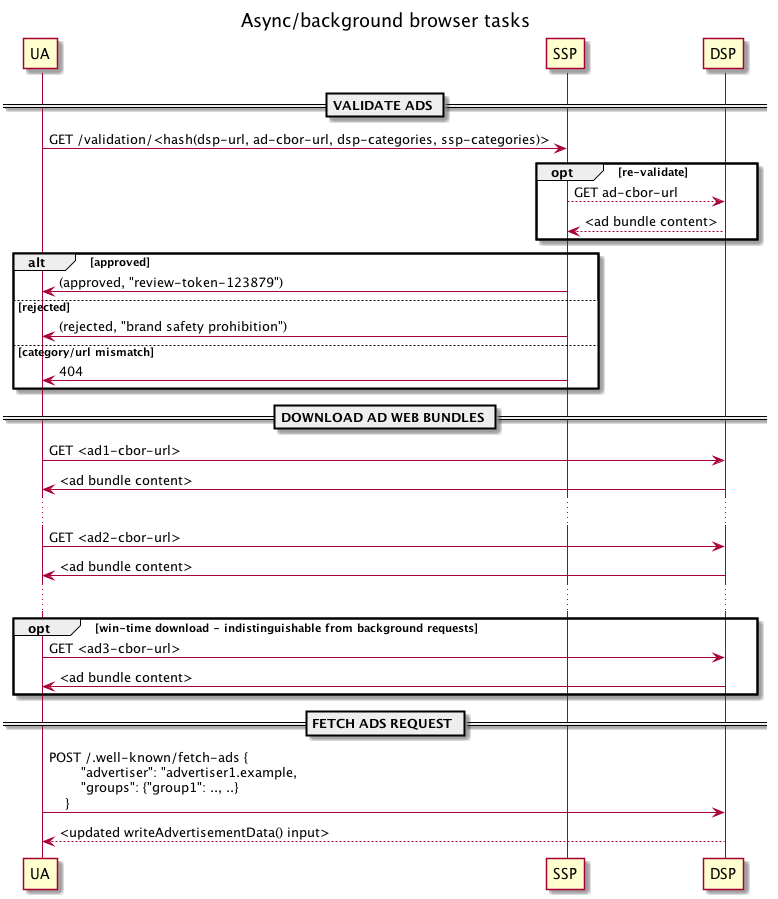
WICG/turtledove keeps this PlantUML diagram as assets/TERN/img/2_background.png. Above is the earlier version. Its source is kept beside it as assets/TERN/2_background.plantuml. Its diagram source:
```plantuml
@startuml

title Async/background browser tasks

participant "UA" as ua
participant "SSP" as ssp
participant "DSP" as dsp


== VALIDATE ADS ==

ua -> ssp : GET /validation/<hash(dsp-url, ad-cbor-url, dsp-categories, ssp-categories)>

opt re-validate
 ssp --> dsp : GET ad-cbor-url
 dsp --> ssp : <ad bundle content>
end

alt approved
 ssp -> ua : (approved, "review-token-123879")
else rejected
 ssp -> ua : (rejected, "brand safety prohibition")
else category/url mismatch
 ssp -> ua : 404
end

== DOWNLOAD AD WEB BUNDLES ==

ua -> dsp : GET <ad1-cbor-url>
dsp -> ua : <ad bundle content>
...
ua -> dsp : GET <ad2-cbor-url>
dsp -> ua : <ad bundle content>
...

opt win-time download - indistinguishable from background requests
 ua -> dsp : GET <ad3-cbor-url>
 dsp -> ua : <ad bundle content>
end

== FETCH ADS REQUEST ==

ua -> dsp : POST /.well-known/fetch-ads {\n        "advertiser": "advertiser1.example,\n        "groups": {"group1": .., ..}\n    }
dsp --> ua : <updated writeAdvertisementData() input>

@enduml
```
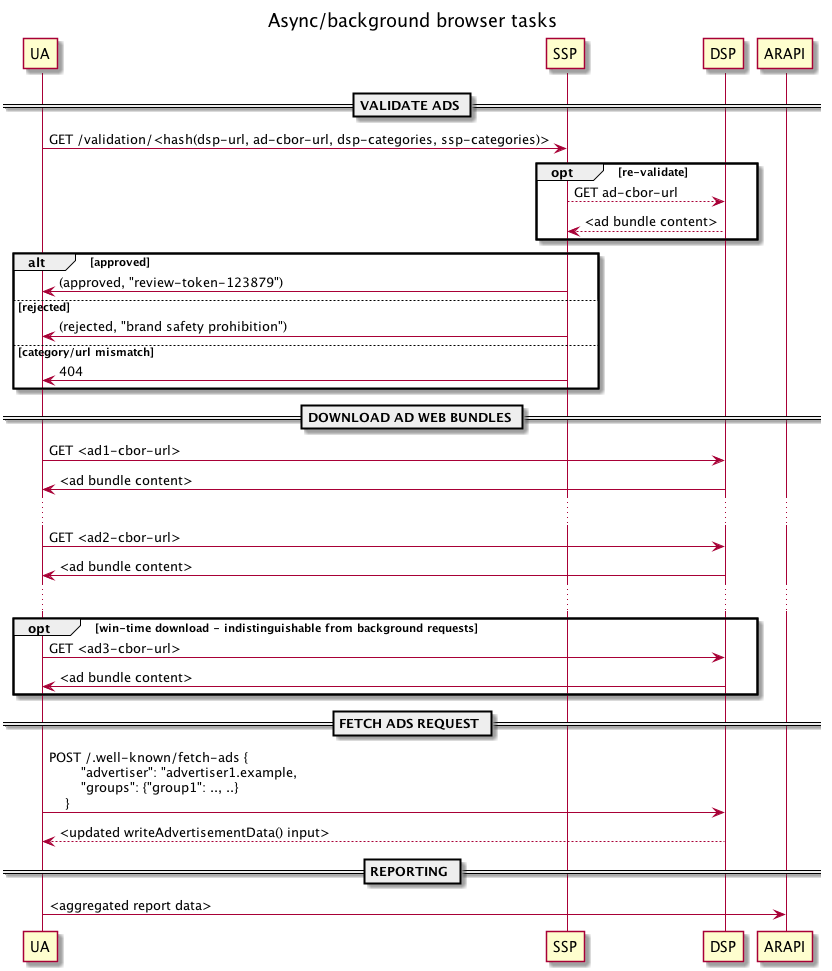
The same file after the commit.

Change to the diagram source:
```diff
@@ -5,7 +5,7 @@
 participant "UA" as ua
 participant "SSP" as ssp
 participant "DSP" as dsp
-
+participant "ARAPI" as arapi
 
 == VALIDATE ADS ==
 
@@ -43,4 +43,8 @@
 ua -> dsp : POST /.well-known/fetch-ads {\n        "advertiser": "advertiser1.example,\n        "groups": {"group1": .., ..}\n    }
 dsp --> ua : <updated writeAdvertisementData() input>
 
+== REPORTING ==
+
+ua -> arapi : <aggregated report data>
+
 @enduml
```
